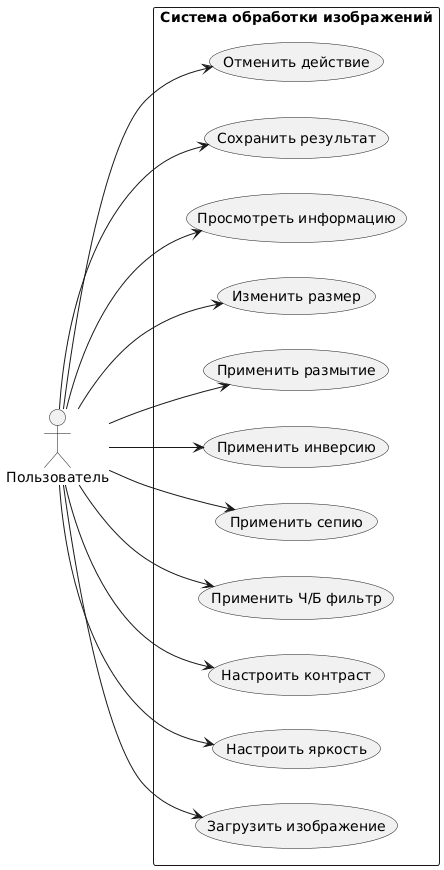
Before: Report/Диаграммы/Use case.png, a diagram exported from PlantUML (Work1Work2132/practice).
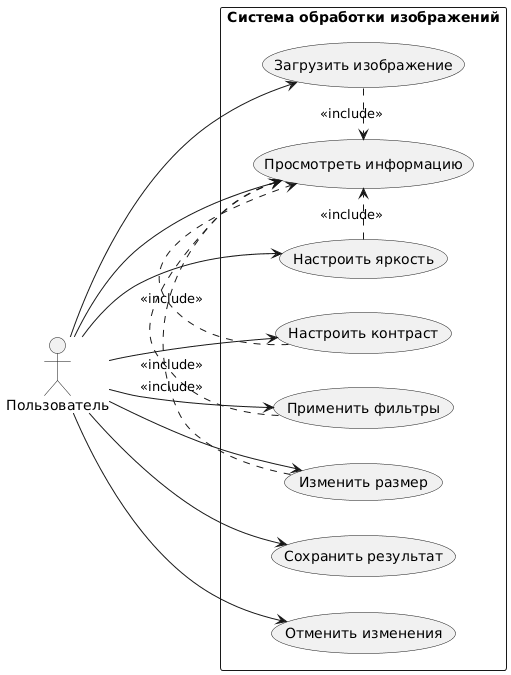
The same file after the commit.

Change to the diagram source:
```diff
@@ -1,20 +1,16 @@
 @startuml
 left to right direction
-
 actor "Пользователь" as User
 
 rectangle "Система обработки изображений" {
-  (Загрузить изображение) as UC1
-  (Настроить яркость) as UC2
-  (Настроить контраст) as UC3
-  (Применить Ч/Б фильтр) as UC4
-  (Применить сепию) as UC5
-  (Применить инверсию) as UC6
-  (Применить размытие) as UC7
-  (Изменить размер) as UC8
-  (Просмотреть информацию) as UC9
-  (Сохранить результат) as UC10
-  (Отменить действие) as UC11
+  usecase "Загрузить изображение" as UC1
+  usecase "Настроить яркость" as UC2
+  usecase "Настроить контраст" as UC3
+  usecase "Применить фильтры" as UC4
+  usecase "Изменить размер" as UC5
+  usecase "Сохранить результат" as UC6
+  usecase "Отменить изменения" as UC7
+  usecase "Просмотреть информацию" as UC8
 }
 
 User --> UC1
@@ -25,7 +21,10 @@
 User --> UC6
 User --> UC7
 User --> UC8
-User --> UC9
-User --> UC10
-User --> UC11
+
+UC1 .> UC8 : <<include>>
+UC2 .> UC8 : <<include>>
+UC3 .> UC8 : <<include>>
+UC4 .> UC8 : <<include>>
+UC5 .> UC8 : <<include>>
 @enduml
```
